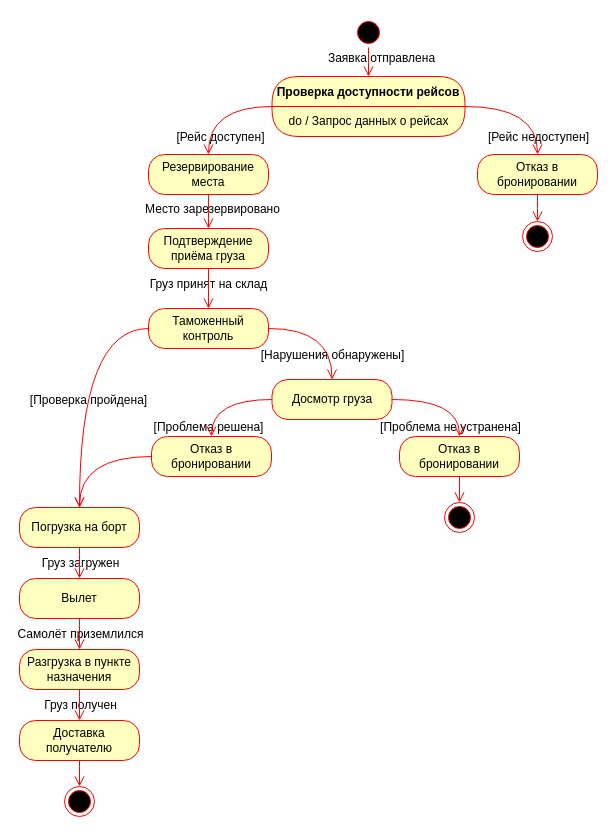
Before: page "Диаграмма состояний" (1 of 2) of 4 семестр/Анализ и концептуальное моделирование систем/Практическая работа №6/Прак6.drawio in DrTECHNIC/RTU_MIREA, a draw.io diagram. Source tidied: cells renumbered, new cells numbered last; positions are measured from the earlier drawing's top-left corner, leaving out a move shared by most shapes. Both pictures are drawn from the tidied source at 100%, with x=0, y=0 at pixel (19, 17).
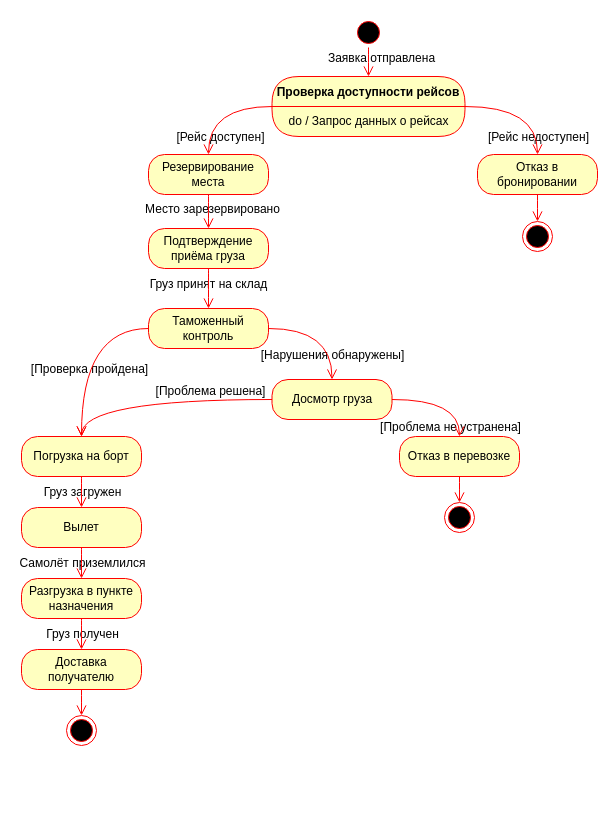
After the change.

Unchanged cells that the change refers to:
```xml
<mxCell id="28" value="Досмотр груза" style="rounded=1;whiteSpace=wrap;html=1;arcSize=40;fontColor=#000000;fillColor=#ffffc0;strokeColor=#ff0000;" parent="1" vertex="1">
  <mxGeometry x="252.5" y="362" width="120" height="40" as="geometry" />
</mxCell>
```

Change to the diagram source:
```diff
@@
     <mxCell id="2" value="Груз загружен" style="edgeLabel;html=1;align=center;verticalAlign=middle;fontSize=12;" parent="1" vertex="1">
-      <mxGeometry x="60" y="545" as="geometry" />
+      <mxGeometry x="62" y="474" as="geometry" />
     </mxCell>
     <mxCell id="3" value="[Проблема решена]" style="edgeLabel;html=1;align=center;verticalAlign=middle;fontSize=12;" parent="1" vertex="1">
-      <mxGeometry x="188" y="409" as="geometry" />
+      <mxGeometry x="190" y="373" as="geometry" />
     </mxCell>
@@
     <mxCell id="5" value="[Проверка пройдена]" style="edgeLabel;html=1;align=center;verticalAlign=middle;fontSize=12;" parent="1" vertex="1">
-      <mxGeometry x="68" y="382" as="geometry" />
+      <mxGeometry x="69" y="351" as="geometry" />
     </mxCell>
@@
-    <mxCell id="30" value="Отказ в бронировании" style="rounded=1;whiteSpace=wrap;html=1;arcSize=40;fontColor=#000000;fillColor=#ffffc0;strokeColor=#ff0000;" parent="1" vertex="1">
+    <mxCell id="30" value="Отказ в перевозке" style="rounded=1;whiteSpace=wrap;html=1;arcSize=40;fontColor=#000000;fillColor=#ffffc0;strokeColor=#ff0000;" parent="1" vertex="1">
       <mxGeometry x="380" y="419" width="120" height="40" as="geometry" />
     </mxCell>
@@
-    <mxCell id="33" style="edgeStyle=orthogonalEdgeStyle;html=1;verticalAlign=bottom;endArrow=open;endSize=8;strokeColor=#ff0000;rounded=0;fontSize=12;curved=1;" parent="1" edge="1" source="28" target="34">
+    <mxCell id="33" style="edgeStyle=orthogonalEdgeStyle;html=1;verticalAlign=bottom;endArrow=open;endSize=8;strokeColor=#ff0000;rounded=0;fontSize=12;curved=1;" parent="1" edge="1" source="28" target="35">
       <mxGeometry relative="1" as="geometry" />
     </mxCell>
-    <mxCell id="34" value="Отказ в бронировании" style="rounded=1;whiteSpace=wrap;html=1;arcSize=40;fontColor=#000000;fillColor=#ffffc0;strokeColor=#ff0000;" parent="1" vertex="1">
-      <mxGeometry x="132" y="419" width="120" height="40" as="geometry" />
-    </mxCell>
     <mxCell id="35" value="Погрузка на борт" style="rounded=1;whiteSpace=wrap;html=1;arcSize=40;fontColor=#000000;fillColor=#ffffc0;strokeColor=#ff0000;" parent="1" vertex="1">
-      <mxGeometry y="490" width="120" height="40" as="geometry" />
+      <mxGeometry x="2" y="419" width="120" height="40" as="geometry" />
     </mxCell>
-    <mxCell id="36" style="edgeStyle=orthogonalEdgeStyle;html=1;verticalAlign=bottom;endArrow=open;endSize=8;strokeColor=#ff0000;rounded=0;fontSize=12;curved=1;" parent="1" edge="1" source="34" target="35">
-      <mxGeometry relative="1" as="geometry" />
-    </mxCell>
@@
     <mxCell id="38" value="Вылет" style="rounded=1;whiteSpace=wrap;html=1;arcSize=40;fontColor=#000000;fillColor=#ffffc0;strokeColor=#ff0000;" parent="1" vertex="1">
-      <mxGeometry y="561" width="120" height="40" as="geometry" />
+      <mxGeometry x="2" y="490" width="120" height="40" as="geometry" />
     </mxCell>
     <mxCell id="39" value="Самолёт приземлился" style="edgeLabel;html=1;align=center;verticalAlign=middle;fontSize=12;" parent="1" vertex="1">
-      <mxGeometry x="60" y="616" as="geometry" />
+      <mxGeometry x="62" y="545" as="geometry" />
     </mxCell>
@@
     <mxCell id="41" value="Разгрузка в пункте назначения" style="rounded=1;whiteSpace=wrap;html=1;arcSize=40;fontColor=#000000;fillColor=#ffffc0;strokeColor=#ff0000;" parent="1" vertex="1">
-      <mxGeometry y="632" width="120" height="40" as="geometry" />
+      <mxGeometry x="2" y="561" width="120" height="40" as="geometry" />
     </mxCell>
     <mxCell id="42" value="Груз получен" style="edgeLabel;html=1;align=center;verticalAlign=middle;fontSize=12;" parent="1" vertex="1">
-      <mxGeometry x="60" y="687" as="geometry" />
+      <mxGeometry x="62" y="616" as="geometry" />
     </mxCell>
@@
     <mxCell id="44" value="Доставка получателю" style="rounded=1;whiteSpace=wrap;html=1;arcSize=40;fontColor=#000000;fillColor=#ffffc0;strokeColor=#ff0000;" parent="1" vertex="1">
-      <mxGeometry y="703" width="120" height="40" as="geometry" />
+      <mxGeometry x="2" y="632" width="120" height="40" as="geometry" />
     </mxCell>
@@
     <mxCell id="46" style="ellipse;html=1;shape=endState;fillColor=#000000;strokeColor=#ff0000;" parent="1" vertex="1">
-      <mxGeometry x="45" y="769" width="30" height="30" as="geometry" />
+      <mxGeometry x="47" y="698" width="30" height="30" as="geometry" />
     </mxCell>
```
